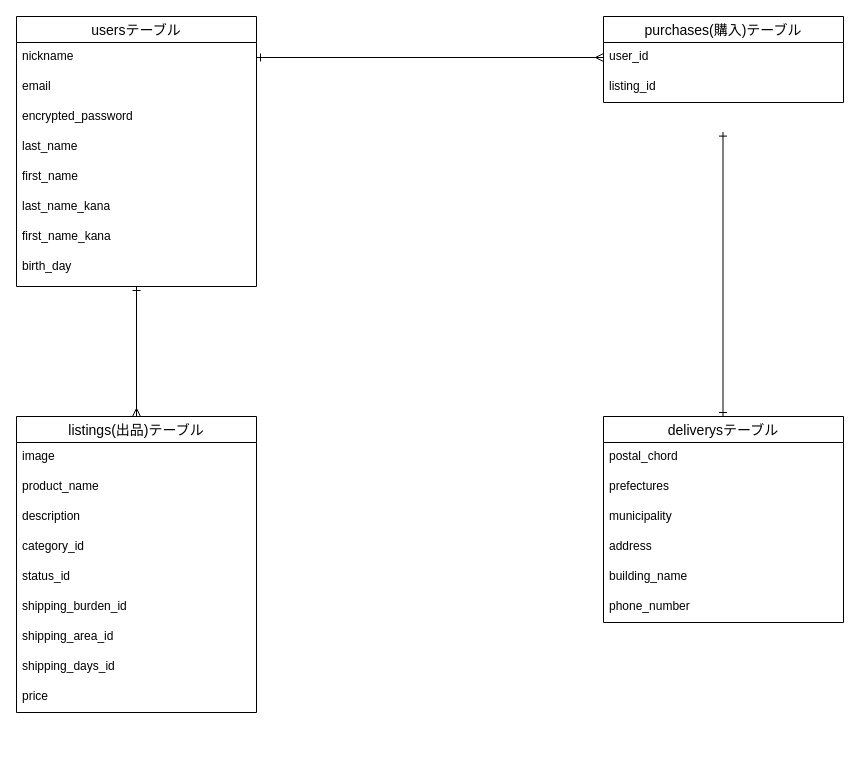
Before: test.dio in keijiMatsuo/furima-35080, a draw.io diagram. Source tidied: cells renumbered, new cells numbered last; positions are measured from the earlier drawing's top-left corner, leaving out a move shared by most shapes. Both pictures are drawn from the tidied source at 100%, with x=0, y=0 at pixel (16, 16).
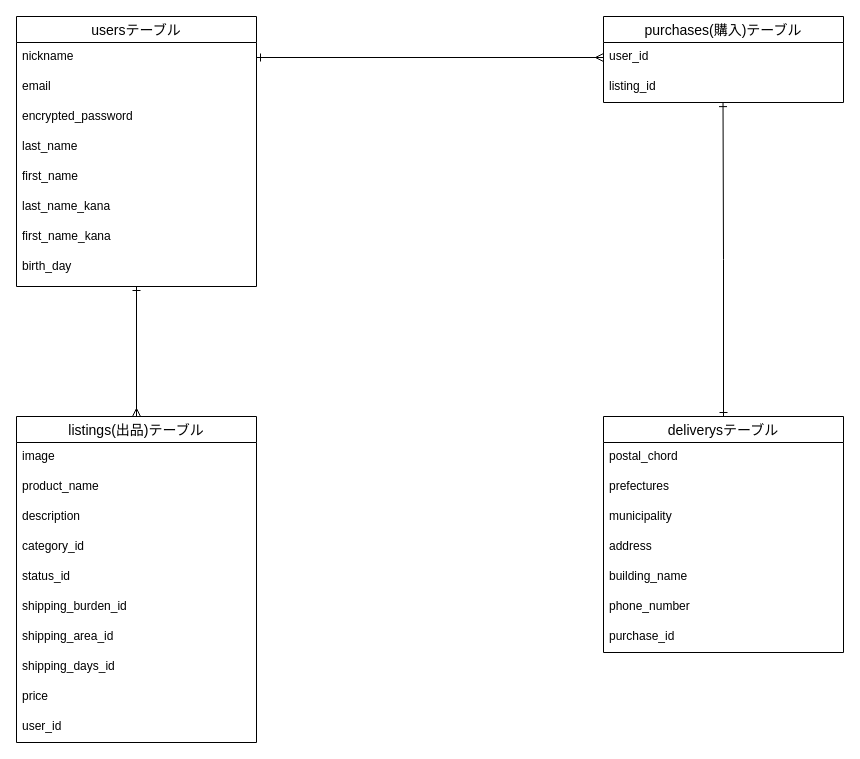
After the change.

Commit message (it also covers changes not shown here):
dekiverysテーブル修正

The change refers to these unchanged cells:
```xml
<mxCell id="24" value="listing_id" style="text;strokeColor=none;fillColor=none;spacingLeft=4;spacingRight=4;overflow=hidden;points=[[0,0.5],[1,0.5]];portConstraint=eastwest;fontSize=12;" parent="22" vertex="1">
  <mxGeometry y="56" width="240" height="30" as="geometry" />
</mxCell>
```

Diff of the diagram source:
```diff
@@
     <mxCell id="12" value="listings(出品)テーブル" style="swimlane;fontStyle=0;horizontal=1;startSize=26;align=center;fontSize=14;rounded=0;fillColor=none;" parent="1" vertex="1">
-      <mxGeometry y="400" width="240" height="296" as="geometry" />
+      <mxGeometry y="400" width="240" height="326" as="geometry" />
     </mxCell>
@@
+    <mxCell id="34" value="price" style="text;strokeColor=none;fillColor=none;spacingLeft=4;spacingRight=4;overflow=hidden;fontSize=12;" parent="12" vertex="1">
+      <mxGeometry y="266" width="240" height="30" as="geometry" />
+    </mxCell>
-    <mxCell id="21" value="price" style="text;strokeColor=none;fillColor=none;spacingLeft=4;spacingRight=4;overflow=hidden;fontSize=12;" parent="12" vertex="1">
-      <mxGeometry y="266" width="240" height="30" as="geometry" />
+    <mxCell id="21" value="user_id" style="text;strokeColor=none;fillColor=none;spacingLeft=4;spacingRight=4;overflow=hidden;fontSize=12;" parent="12" vertex="1">
+      <mxGeometry y="296" width="240" height="30" as="geometry" />
     </mxCell>
@@
-    <mxCell id="25" style="edgeStyle=orthogonalEdgeStyle;rounded=0;jettySize=auto;html=1;entryX=0.498;entryY=0.986;entryDx=0;entryDy=0;entryPerimeter=0;startArrow=ERone;startFill=0;endArrow=ERone;endFill=0;" parent="1" edge="1" source="26">
-      <mxGeometry relative="1" as="geometry">
-        <mxPoint x="706.5" y="115.6" as="targetPoint" />
-      </mxGeometry>
-    </mxCell>
+    <mxCell id="35" style="edgeStyle=orthogonalEdgeStyle;rounded=0;jettySize=auto;html=1;exitX=0.5;exitY=0;exitDx=0;exitDy=0;entryX=0.498;entryY=1.004;entryDx=0;entryDy=0;entryPerimeter=0;startArrow=ERone;startFill=0;endArrow=ERone;endFill=0;" parent="1" edge="1" source="26" target="24">
+      <mxGeometry relative="1" as="geometry" />
+    </mxCell>
     <mxCell id="26" value="deliverysテーブル" style="swimlane;fontStyle=0;horizontal=1;startSize=26;align=center;fontSize=14;" parent="1" vertex="1">
-      <mxGeometry x="587" y="400" width="240" height="206" as="geometry" />
+      <mxGeometry x="587" y="400" width="240" height="236" as="geometry" />
     </mxCell>
@@
+    <mxCell id="36" value="phone_number" style="text;strokeColor=none;fillColor=none;spacingLeft=4;spacingRight=4;overflow=hidden;fontSize=12;" parent="26" vertex="1">
+      <mxGeometry y="176" width="240" height="30" as="geometry" />
+    </mxCell>
-    <mxCell id="32" value="phone_number" style="text;strokeColor=none;fillColor=none;spacingLeft=4;spacingRight=4;overflow=hidden;fontSize=12;" parent="26" vertex="1">
-      <mxGeometry y="176" width="240" height="30" as="geometry" />
+    <mxCell id="32" value="purchase_id" style="text;strokeColor=none;fillColor=none;spacingLeft=4;spacingRight=4;overflow=hidden;fontSize=12;" parent="26" vertex="1">
+      <mxGeometry y="206" width="240" height="30" as="geometry" />
     </mxCell>
```
